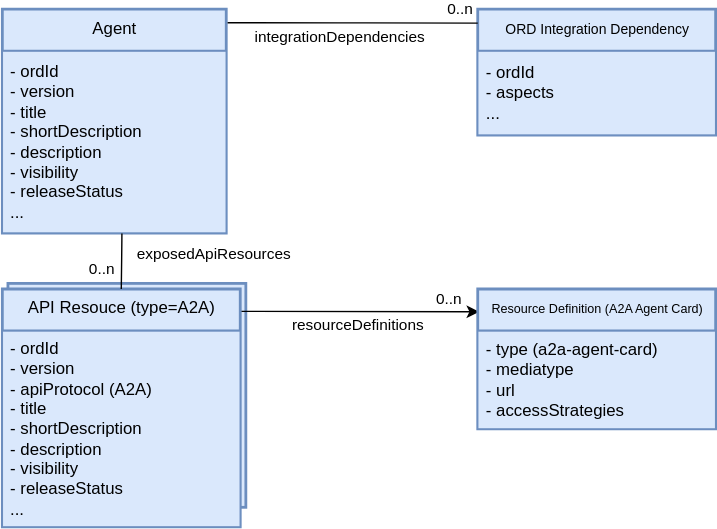
Before: static/img/ord-ai-agent.drawio.svg, a diagram exported from draw.io (open-resource-discovery/specification). Source tidied: cells renumbered, new cells last; positions are measured from the earlier drawing's top-left corner, leaving out a move shared by most shapes.
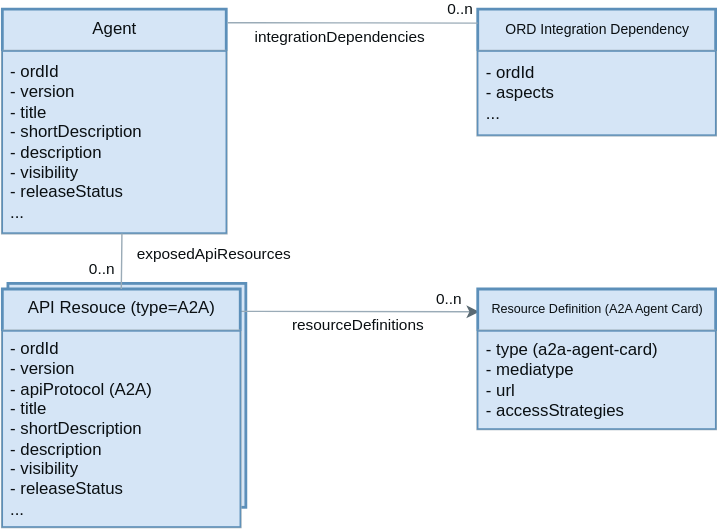
Above is the later version.

Diff of the diagram source:
```diff
@@ -2,35 +2,35 @@
   <root>
     <mxCell id="0" />
     <mxCell id="1" parent="0" />
-    <mxCell id="2" style="rounded=0;whiteSpace=wrap;html=1;strokeWidth=2;fillColor=#dae8fc;strokeColor=#6c8ebf;" parent="1" vertex="1">
+    <mxCell id="2" style="rounded=0;whiteSpace=wrap;html=1;strokeWidth=2;fillColor=#d5e5f6;strokeColor=#5c8fb9;fontColor=#0a0f12;" parent="1" vertex="1">
       <mxGeometry x="4" y="196" width="170" height="160" as="geometry" />
     </mxCell>
-    <mxCell id="3" value="Agent" style="swimlane;swimlaneFillColor=#FFFFFF;strokeWidth=2;fontStyle=0;align=center;verticalAlign=top;horizontal=1;startSize=30;html=1;fillColor=#dae8fc;strokeColor=#6c8ebf;" parent="1" vertex="1">
+    <mxCell id="3" value="Agent" style="swimlane;swimlaneFillColor=#ffffff;strokeWidth=2;fontStyle=0;align=center;verticalAlign=top;horizontal=1;startSize=30;html=1;fillColor=#d5e5f6;strokeColor=#5c8fb9;fontColor=#0a0f12;" parent="1" vertex="1">
       <mxGeometry width="160" height="160" as="geometry" />
     </mxCell>
-    <mxCell id="4" value="- ordId&lt;div&gt;&lt;font color=&quot;#000000&quot;&gt;- version&lt;br&gt;&lt;/font&gt;&lt;div&gt;&lt;font color=&quot;#000000&quot;&gt;- title&lt;br&gt;&lt;/font&gt;&lt;div&gt;- shortDescription&lt;/div&gt;&lt;div&gt;- description&lt;/div&gt;&lt;/div&gt;&lt;/div&gt;&lt;div&gt;- visibility&lt;/div&gt;&lt;div&gt;- releaseStatus&lt;/div&gt;&lt;div&gt;...&lt;/div&gt;" style="rectangle;html=1;strokeWidth=1;fillColor=#dae8fc;align=left;verticalAlign=middle;spacingLeft=4;spacingRight=4;overflow=hidden;points=[[0,0.5],[1,0.5]];portConstraint=eastwest;strokeColor=#6c8ebf;gradientDirection=east;" parent="3" vertex="1">
+    <mxCell id="4" value="- ordId&lt;div&gt;&lt;font color=&quot;#0a0f12&quot;&gt;- version&lt;br&gt;&lt;/font&gt;&lt;div&gt;&lt;font color=&quot;#0a0f12&quot;&gt;- title&lt;br&gt;&lt;/font&gt;&lt;div&gt;- shortDescription&lt;/div&gt;&lt;div&gt;- description&lt;/div&gt;&lt;/div&gt;&lt;/div&gt;&lt;div&gt;- visibility&lt;/div&gt;&lt;div&gt;- releaseStatus&lt;/div&gt;&lt;div&gt;...&lt;/div&gt;" style="rectangle;html=1;strokeWidth=1;fillColor=#d5e5f6;align=left;verticalAlign=middle;spacingLeft=4;spacingRight=4;overflow=hidden;points=[[0,0.5],[1,0.5]];portConstraint=eastwest;strokeColor=#5c8fb9;gradientDirection=east;fontColor=#0a0f12;" parent="3" vertex="1">
       <mxGeometry y="30" width="160" height="130" as="geometry" />
     </mxCell>
-    <mxCell id="5" style="edgeStyle=none;html=1;exitX=0.993;exitY=0.094;exitDx=0;exitDy=0;exitPerimeter=0;entryX=0.006;entryY=0.163;entryDx=0;entryDy=0;entryPerimeter=0;" parent="1" edge="1" source="8" target="22">
+    <mxCell id="5" style="edgeStyle=none;html=1;exitX=0.993;exitY=0.094;exitDx=0;exitDy=0;exitPerimeter=0;entryX=0.006;entryY=0.163;entryDx=0;entryDy=0;entryPerimeter=0;fontColor=#0a0f12;strokeColor=#5a6a73;" parent="1" edge="1" source="8" target="22">
       <mxGeometry relative="1" as="geometry" />
     </mxCell>
-    <mxCell id="6" value="resourceDefinitions" style="edgeLabel;html=1;align=center;verticalAlign=middle;" parent="5" vertex="1">
+    <mxCell id="6" value="resourceDefinitions" style="edgeLabel;html=1;align=center;verticalAlign=middle;fontColor=#0a0f12;" parent="5" vertex="1">
       <mxGeometry x="-0.01" y="-1" relative="1" as="geometry">
         <mxPoint y="9" as="offset" />
       </mxGeometry>
     </mxCell>
-    <mxCell id="7" value="0..n" style="edgeLabel;html=1;align=center;verticalAlign=middle;" parent="5" vertex="1">
+    <mxCell id="7" value="0..n" style="edgeLabel;html=1;align=center;verticalAlign=middle;fontColor=#0a0f12;" parent="5" vertex="1">
       <mxGeometry x="0.62" y="2" relative="1" as="geometry">
         <mxPoint x="11" y="-8" as="offset" />
       </mxGeometry>
     </mxCell>
-    <mxCell id="8" value="API Resouce (type=A2A)" style="swimlane;swimlaneFillColor=#FFFFFF;strokeWidth=2;fontStyle=0;align=center;verticalAlign=top;horizontal=1;startSize=30;html=1;fillColor=#dae8fc;strokeColor=#6c8ebf;" parent="1" vertex="1">
+    <mxCell id="8" value="API Resouce (type=A2A)" style="swimlane;swimlaneFillColor=#ffffff;strokeWidth=2;fontStyle=0;align=center;verticalAlign=top;horizontal=1;startSize=30;html=1;fillColor=#d5e5f6;strokeColor=#5c8fb9;fontColor=#0a0f12;" parent="1" vertex="1">
       <mxGeometry y="200" width="170" height="170" as="geometry" />
     </mxCell>
-    <mxCell id="9" value="- ordId&lt;div&gt;&lt;font color=&quot;#000000&quot;&gt;- version&lt;/font&gt;&lt;/div&gt;&lt;div&gt;&lt;font color=&quot;#000000&quot;&gt;&lt;font color=&quot;#000000&quot;&gt;- apiProtocol (A2A)&lt;br&gt;&lt;/font&gt;&lt;/font&gt;&lt;div&gt;&lt;font color=&quot;#000000&quot;&gt;- title&lt;br&gt;&lt;/font&gt;&lt;div&gt;- shortDescription&lt;/div&gt;&lt;div&gt;- description&lt;/div&gt;&lt;/div&gt;&lt;/div&gt;&lt;div&gt;- visibility&lt;/div&gt;&lt;div&gt;- releaseStatus&lt;/div&gt;&lt;div&gt;...&lt;/div&gt;" style="rectangle;html=1;strokeWidth=1;fillColor=#dae8fc;align=left;verticalAlign=middle;spacingLeft=4;spacingRight=4;overflow=hidden;strokeColor=#6c8ebf;gradientDirection=east;" parent="8" vertex="1">
+    <mxCell id="9" value="- ordId&lt;div&gt;&lt;font color=&quot;#0a0f12&quot;&gt;- version&lt;/font&gt;&lt;/div&gt;&lt;div&gt;&lt;font color=&quot;#0a0f12&quot;&gt;&lt;font color=&quot;#0a0f12&quot;&gt;- apiProtocol (A2A)&lt;br&gt;&lt;/font&gt;&lt;/font&gt;&lt;div&gt;&lt;font color=&quot;#0a0f12&quot;&gt;- title&lt;br&gt;&lt;/font&gt;&lt;div&gt;- shortDescription&lt;/div&gt;&lt;div&gt;- description&lt;/div&gt;&lt;/div&gt;&lt;/div&gt;&lt;div&gt;- visibility&lt;/div&gt;&lt;div&gt;- releaseStatus&lt;/div&gt;&lt;div&gt;...&lt;/div&gt;" style="rectangle;html=1;strokeWidth=1;fillColor=#d5e5f6;align=left;verticalAlign=middle;spacingLeft=4;spacingRight=4;overflow=hidden;strokeColor=#5c8fb9;gradientDirection=east;fontColor=#0a0f12;" parent="8" vertex="1">
       <mxGeometry y="30" width="170" height="140" as="geometry" />
     </mxCell>
-    <mxCell id="10" style="edgeStyle=orthogonalEdgeStyle;rounded=1;jettySize=auto;html=1;entryX=0.5;entryY=0;entryDx=0;entryDy=0;startArrow=none;startFill=0;endArrow=none;endFill=0;startSize=15;endSize=15;align=center;fontSize=12;labelBackgroundColor=none;exitX=0.534;exitY=1.003;exitDx=0;exitDy=0;exitPerimeter=0;" parent="1" edge="1" source="4" target="8">
+    <mxCell id="10" style="edgeStyle=orthogonalEdgeStyle;rounded=1;jettySize=auto;html=1;entryX=0.5;entryY=0;entryDx=0;entryDy=0;startArrow=none;startFill=0;endArrow=none;endFill=0;startSize=15;endSize=15;align=center;fontSize=12;labelBackgroundColor=none;exitX=0.534;exitY=1.003;exitDx=0;exitDy=0;exitPerimeter=0;fontColor=#0a0f12;strokeColor=#5a6a73;" parent="1" edge="1" source="4" target="8">
       <mxGeometry relative="1" as="geometry">
         <Array as="points">
           <mxPoint x="85" y="170" />
@@ -38,53 +38,53 @@
         <mxPoint y="-10" as="offset" />
       </mxGeometry>
     </mxCell>
-    <mxCell id="11" style="html=1;align=left;verticalAlign=bottom;labelBackgroundColor=none;" parent="10" vertex="1">
+    <mxCell id="11" style="html=1;align=left;verticalAlign=bottom;labelBackgroundColor=none;fontColor=#0a0f12;strokeColor=#8799a6;" parent="10" vertex="1">
       <mxGeometry x="-1" relative="1" as="geometry" />
     </mxCell>
-    <mxCell id="12" style="html=1;align=right;verticalAlign=bottom;labelBackgroundColor=none;" parent="10" vertex="1">
+    <mxCell id="12" style="html=1;align=right;verticalAlign=bottom;labelBackgroundColor=none;fontColor=#0a0f12;strokeColor=#8799a6;" parent="10" vertex="1">
       <mxGeometry x="1" relative="1" as="geometry" />
     </mxCell>
-    <mxCell id="13" value="exposedApiResources" style="edgeLabel;html=1;align=center;verticalAlign=middle;" parent="10" vertex="1">
+    <mxCell id="13" value="exposedApiResources" style="edgeLabel;html=1;align=center;verticalAlign=middle;fontColor=#0a0f12;" parent="10" vertex="1">
       <mxGeometry x="-0.28" relative="1" as="geometry">
         <mxPoint x="65" as="offset" />
       </mxGeometry>
     </mxCell>
-    <mxCell id="14" value="0..n" style="edgeLabel;html=1;align=center;verticalAlign=middle;" parent="10" vertex="1">
+    <mxCell id="14" value="0..n" style="edgeLabel;html=1;align=center;verticalAlign=middle;fontColor=#0a0f12;" parent="10" vertex="1">
       <mxGeometry x="0.38" y="-1" relative="1" as="geometry">
         <mxPoint x="-13" y="-2" as="offset" />
       </mxGeometry>
     </mxCell>
-    <mxCell id="15" value="&lt;font style=&quot;font-size: 10px;&quot;&gt;ORD Integration Dependency&lt;/font&gt;" style="swimlane;swimlaneFillColor=#FFFFFF;strokeWidth=2;fontStyle=0;align=center;verticalAlign=top;horizontal=1;startSize=30;html=1;fillColor=#dae8fc;strokeColor=#6c8ebf;" parent="1" vertex="1">
+    <mxCell id="15" value="&lt;font style=&quot;font-size: 10px;&quot;&gt;ORD Integration Dependency&lt;/font&gt;" style="swimlane;swimlaneFillColor=#ffffff;strokeWidth=2;fontStyle=0;align=center;verticalAlign=top;horizontal=1;startSize=30;html=1;fillColor=#d5e5f6;strokeColor=#5c8fb9;fontColor=#0a0f12;" parent="1" vertex="1">
       <mxGeometry x="339.7" width="170" height="90" as="geometry" />
     </mxCell>
-    <mxCell id="16" value="- ordId&lt;div&gt;&lt;font color=&quot;#000000&quot;&gt;- aspects&lt;/font&gt;&lt;/div&gt;&lt;div&gt;&lt;div&gt;...&lt;/div&gt;&lt;/div&gt;" style="rectangle;html=1;strokeWidth=1;fillColor=#dae8fc;align=left;verticalAlign=middle;spacingLeft=4;spacingRight=4;overflow=hidden;strokeColor=#6c8ebf;" parent="15" vertex="1">
+    <mxCell id="16" value="- ordId&lt;div&gt;&lt;font color=&quot;#0a0f12&quot;&gt;- aspects&lt;/font&gt;&lt;/div&gt;&lt;div&gt;&lt;div&gt;...&lt;/div&gt;&lt;/div&gt;" style="rectangle;html=1;strokeWidth=1;fillColor=#d5e5f6;align=left;verticalAlign=middle;spacingLeft=4;spacingRight=4;overflow=hidden;strokeColor=#5c8fb9;fontColor=#0a0f12;" parent="15" vertex="1">
       <mxGeometry y="30" width="170" height="60" as="geometry" />
     </mxCell>
-    <mxCell id="17" style="edgeStyle=orthogonalEdgeStyle;rounded=1;jettySize=auto;html=1;startArrow=none;startFill=0;endArrow=none;endFill=0;startSize=15;endSize=15;align=center;fontSize=12;labelBackgroundColor=none;exitX=1.006;exitY=0.061;exitDx=0;exitDy=0;exitPerimeter=0;entryX=0;entryY=0.111;entryDx=0;entryDy=0;entryPerimeter=0;" parent="1" edge="1" source="3" target="15">
+    <mxCell id="17" style="edgeStyle=orthogonalEdgeStyle;rounded=1;jettySize=auto;html=1;startArrow=none;startFill=0;endArrow=none;endFill=0;startSize=15;endSize=15;align=center;fontSize=12;labelBackgroundColor=none;exitX=1.006;exitY=0.061;exitDx=0;exitDy=0;exitPerimeter=0;entryX=0;entryY=0.111;entryDx=0;entryDy=0;entryPerimeter=0;fontColor=#0a0f12;strokeColor=#5a6a73;" parent="1" edge="1" source="3" target="15">
       <mxGeometry relative="1" as="geometry">
         <mxPoint y="-10" as="offset" />
       </mxGeometry>
     </mxCell>
-    <mxCell id="18" style="html=1;align=left;verticalAlign=bottom;labelBackgroundColor=none;" parent="17" vertex="1">
+    <mxCell id="18" style="html=1;align=left;verticalAlign=bottom;labelBackgroundColor=none;fontColor=#0a0f12;strokeColor=#8799a6;" parent="17" vertex="1">
       <mxGeometry x="-1" relative="1" as="geometry" />
     </mxCell>
-    <mxCell id="19" style="html=1;align=right;verticalAlign=bottom;labelBackgroundColor=none;" parent="17" vertex="1">
+    <mxCell id="19" style="html=1;align=right;verticalAlign=bottom;labelBackgroundColor=none;fontColor=#0a0f12;strokeColor=#8799a6;" parent="17" vertex="1">
       <mxGeometry x="1" relative="1" as="geometry" />
     </mxCell>
-    <mxCell id="20" value="integrationDependencies" style="edgeLabel;html=1;align=center;verticalAlign=middle;" parent="17" vertex="1">
+    <mxCell id="20" value="integrationDependencies" style="edgeLabel;html=1;align=center;verticalAlign=middle;fontColor=#0a0f12;" parent="17" vertex="1">
       <mxGeometry x="-0.29" y="-2" relative="1" as="geometry">
         <mxPoint x="16" y="8" as="offset" />
       </mxGeometry>
     </mxCell>
-    <mxCell id="21" value="0..n" style="edgeLabel;html=1;align=center;verticalAlign=middle;" parent="17" vertex="1">
+    <mxCell id="21" value="0..n" style="edgeLabel;html=1;align=center;verticalAlign=middle;fontColor=#0a0f12;" parent="17" vertex="1">
       <mxGeometry x="0.66" y="2" relative="1" as="geometry">
         <mxPoint x="17" y="-8" as="offset" />
       </mxGeometry>
     </mxCell>
-    <mxCell id="22" value="&lt;font style=&quot;font-size: 9px;&quot;&gt;Resource Definition (A2A Agent Card)&lt;/font&gt;" style="swimlane;swimlaneFillColor=#FFFFFF;strokeWidth=2;fontStyle=0;align=center;verticalAlign=top;horizontal=1;startSize=30;html=1;fillColor=#dae8fc;strokeColor=#6c8ebf;" parent="1" vertex="1">
+    <mxCell id="22" value="&lt;font style=&quot;font-size: 9px;&quot;&gt;Resource Definition (A2A Agent Card)&lt;/font&gt;" style="swimlane;swimlaneFillColor=#ffffff;strokeWidth=2;fontStyle=0;align=center;verticalAlign=top;horizontal=1;startSize=30;html=1;fillColor=#d5e5f6;strokeColor=#5c8fb9;fontColor=#0a0f12;" parent="1" vertex="1">
       <mxGeometry x="339.7" y="200" width="170" height="100" as="geometry" />
     </mxCell>
-    <mxCell id="23" value="- type (a2a-agent-card)&lt;div&gt;- mediatype&lt;/div&gt;&lt;div&gt;- url&lt;/div&gt;&lt;div&gt;- accessStrategies&lt;/div&gt;" style="rectangle;html=1;strokeWidth=1;fillColor=#dae8fc;align=left;verticalAlign=middle;spacingLeft=4;spacingRight=4;overflow=hidden;strokeColor=#6c8ebf;gradientDirection=east;" parent="22" vertex="1">
+    <mxCell id="23" value="- type (a2a-agent-card)&lt;div&gt;- mediatype&lt;/div&gt;&lt;div&gt;- url&lt;/div&gt;&lt;div&gt;- accessStrategies&lt;/div&gt;" style="rectangle;html=1;strokeWidth=1;fillColor=#d5e5f6;align=left;verticalAlign=middle;spacingLeft=4;spacingRight=4;overflow=hidden;strokeColor=#5c8fb9;gradientDirection=east;fontColor=#0a0f12;" parent="22" vertex="1">
       <mxGeometry y="30" width="170" height="70" as="geometry" />
     </mxCell>
   </root>
```
